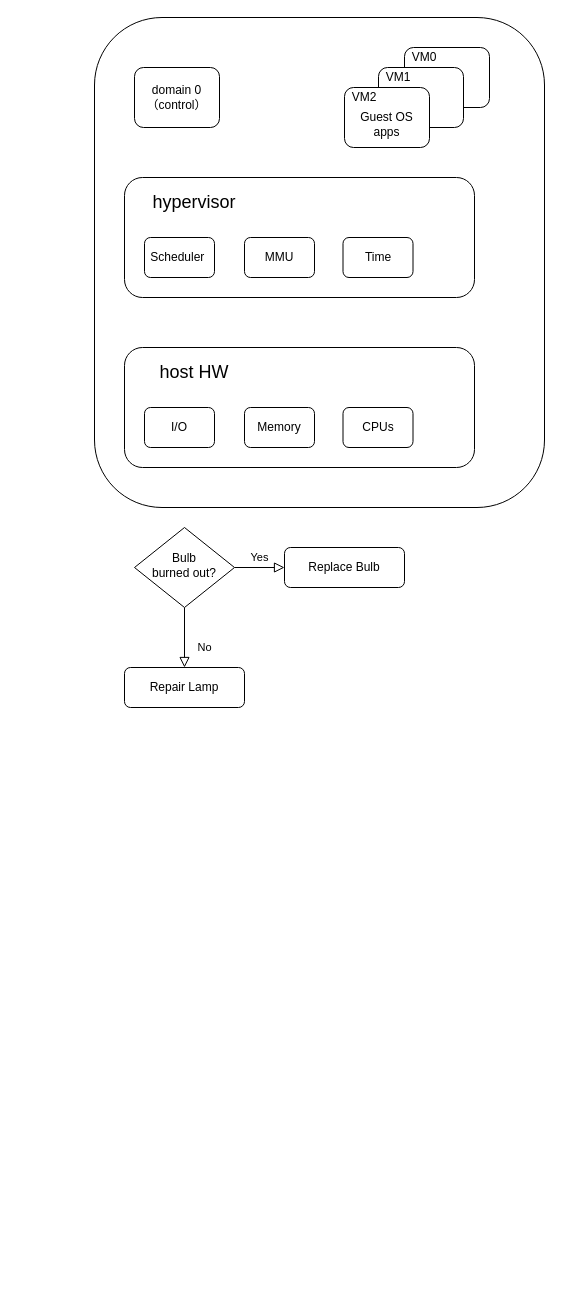
ErnestChen1/FlowChart keeps this draw.io diagram as Untitled Diagram.drawio. Above is the earlier version. Source tidied: cells renumbered, new cells numbered last; positions are measured from the earlier drawing's top-left corner, leaving out a move shared by most shapes. Both pictures are drawn from the tidied source at 100%, with x=0, y=0 at pixel (94, 17).
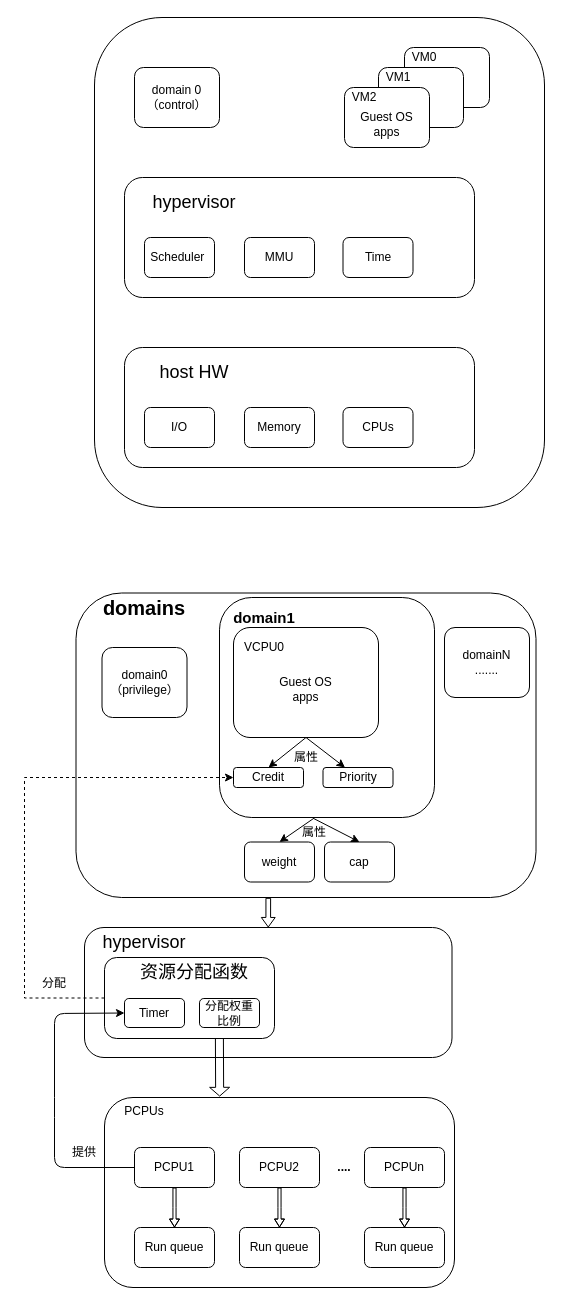
The same page after the edit.

What changed in the source:
```diff
@@
+    <mxCell id="27" style="rounded=1;whiteSpace=wrap;html=1;fontSize=12;glass=0;strokeWidth=1;shadow=0;" parent="1" vertex="1">
+      <mxGeometry x="-10" y="910" width="367.5" height="130" as="geometry" />
+    </mxCell>
+    <mxCell id="28" style="rounded=1;whiteSpace=wrap;html=1;fontSize=12;glass=0;strokeWidth=1;shadow=0;" parent="1" vertex="1">
+      <mxGeometry x="-18.5" y="575.5" width="460" height="304.5" as="geometry" />
+    </mxCell>
@@
-    <mxCell id="5" value="No" style="rounded=0;html=1;jettySize=auto;fontSize=11;endArrow=block;endFill=0;endSize=8;strokeWidth=1;shadow=0;labelBackgroundColor=none;edgeStyle=orthogonalEdgeStyle;" parent="1" edge="1" source="7" target="8">
-      <mxGeometry x="0.33" y="20" relative="1" as="geometry" />
-    </mxCell>
-    <mxCell id="6" value="Yes" style="edgeStyle=orthogonalEdgeStyle;rounded=0;html=1;jettySize=auto;fontSize=11;endArrow=block;endFill=0;endSize=8;strokeWidth=1;shadow=0;labelBackgroundColor=none;" parent="1" edge="1" source="7" target="9">
-      <mxGeometry y="10" relative="1" as="geometry" />
-    </mxCell>
-    <mxCell id="7" value="Bulb&lt;br&gt;burned out?" style="rhombus;whiteSpace=wrap;html=1;shadow=0;fontFamily=Helvetica;fontSize=12;align=center;strokeWidth=1;spacing=6;spacingTop=-4;" parent="1" vertex="1">
-      <mxGeometry x="40" y="510" width="100" height="80" as="geometry" />
-    </mxCell>
-    <mxCell id="8" value="Repair Lamp" style="rounded=1;whiteSpace=wrap;html=1;fontSize=12;glass=0;strokeWidth=1;shadow=0;" parent="1" vertex="1">
-      <mxGeometry x="30" y="650" width="120" height="40" as="geometry" />
-    </mxCell>
-    <mxCell id="9" value="Replace Bulb" style="rounded=1;whiteSpace=wrap;html=1;fontSize=12;glass=0;strokeWidth=1;shadow=0;" parent="1" vertex="1">
-      <mxGeometry x="190" y="530" width="120" height="40" as="geometry" />
-    </mxCell>
@@
+    <mxCell id="29" style="rounded=1;whiteSpace=wrap;html=1;fontSize=12;glass=0;strokeWidth=1;shadow=0;" parent="1" vertex="1">
+      <mxGeometry x="10" y="940" width="170" height="81" as="geometry" />
+    </mxCell>
+    <mxCell id="30" value="Timer" style="rounded=1;whiteSpace=wrap;html=1;fontSize=12;glass=0;strokeWidth=1;shadow=0;" parent="1" vertex="1">
+      <mxGeometry x="30" y="981" width="60" height="29" as="geometry" />
+    </mxCell>
+    <mxCell id="31" value="&lt;span style=&quot;font-size: 18px&quot;&gt;资源分配函数&lt;/span&gt;" style="rounded=1;whiteSpace=wrap;html=1;fillColor=none;strokeColor=none;" parent="1" vertex="1">
+      <mxGeometry x="35" y="940" width="130" height="30" as="geometry" />
+    </mxCell>
+    <mxCell id="32" style="rounded=1;whiteSpace=wrap;html=1;fontSize=12;glass=0;strokeWidth=1;shadow=0;" parent="1" vertex="1">
+      <mxGeometry x="10" y="1080" width="350" height="190" as="geometry" />
+    </mxCell>
+    <mxCell id="33" value="PCPUs" style="rounded=1;whiteSpace=wrap;html=1;fillColor=none;strokeColor=none;" parent="1" vertex="1">
+      <mxGeometry x="20" y="1079" width="60" height="30" as="geometry" />
+    </mxCell>
+    <mxCell id="34" value="PCPU1" style="rounded=1;whiteSpace=wrap;html=1;fontSize=12;glass=0;strokeWidth=1;shadow=0;" parent="1" vertex="1">
+      <mxGeometry x="40" y="1130" width="80" height="40" as="geometry" />
+    </mxCell>
+    <mxCell id="35" value="domain0&lt;br&gt;（privilege）" style="rounded=1;whiteSpace=wrap;html=1;fontSize=12;glass=0;strokeWidth=1;shadow=0;" parent="1" vertex="1">
+      <mxGeometry x="7.5" y="630" width="85" height="70" as="geometry" />
+    </mxCell>
+    <mxCell id="36" value="PCPU2" style="rounded=1;whiteSpace=wrap;html=1;fontSize=12;glass=0;strokeWidth=1;shadow=0;" parent="1" vertex="1">
+      <mxGeometry x="145" y="1130" width="80" height="40" as="geometry" />
+    </mxCell>
+    <mxCell id="37" value="PCPUn" style="rounded=1;whiteSpace=wrap;html=1;fontSize=12;glass=0;strokeWidth=1;shadow=0;" parent="1" vertex="1">
+      <mxGeometry x="270" y="1130" width="80" height="40" as="geometry" />
+    </mxCell>
+    <mxCell id="38" value="&lt;b&gt;....&lt;/b&gt;" style="text;html=1;strokeColor=none;fillColor=none;align=center;verticalAlign=middle;whiteSpace=wrap;rounded=0;" parent="1" vertex="1">
+      <mxGeometry x="230" y="1140" width="40" height="20" as="geometry" />
+    </mxCell>
+    <mxCell id="39" style="rounded=1;whiteSpace=wrap;html=1;fontSize=12;glass=0;strokeWidth=1;shadow=0;" parent="1" vertex="1">
+      <mxGeometry x="125" y="580" width="215" height="220" as="geometry" />
+    </mxCell>
+    <mxCell id="40" value="&lt;b style=&quot;font-size: 20px;&quot;&gt;domains&lt;/b&gt;" style="text;html=1;strokeColor=none;fillColor=none;align=center;verticalAlign=middle;whiteSpace=wrap;rounded=0;strokeWidth=2;fontSize=20;" parent="1" vertex="1">
+      <mxGeometry x="30" y="580" width="40" height="20" as="geometry" />
+    </mxCell>
+    <mxCell id="41" value="weight" style="rounded=1;whiteSpace=wrap;html=1;fontSize=12;glass=0;strokeWidth=1;shadow=0;" parent="1" vertex="1">
+      <mxGeometry x="150" y="824.5" width="70" height="40" as="geometry" />
+    </mxCell>
+    <mxCell id="42" value="cap" style="rounded=1;whiteSpace=wrap;html=1;fontSize=12;glass=0;strokeWidth=1;shadow=0;" parent="1" vertex="1">
+      <mxGeometry x="230" y="824.5" width="70" height="40" as="geometry" />
+    </mxCell>
+    <mxCell id="43" value="&lt;br&gt;Guest&amp;nbsp;OS&lt;br&gt;apps" style="rounded=1;whiteSpace=wrap;html=1;fontSize=12;glass=0;strokeWidth=1;shadow=0;" parent="1" vertex="1">
+      <mxGeometry x="139" y="610" width="145" height="110" as="geometry" />
+    </mxCell>
+    <mxCell id="44" value="&lt;b style=&quot;font-size: 15px&quot;&gt;domain1&lt;/b&gt;" style="text;html=1;strokeColor=none;fillColor=none;align=center;verticalAlign=middle;whiteSpace=wrap;rounded=0;strokeWidth=2;fontSize=15;" parent="1" vertex="1">
+      <mxGeometry x="150" y="590" width="40" height="20" as="geometry" />
+    </mxCell>
+    <mxCell id="45" value="VCPU0" style="text;html=1;strokeColor=none;fillColor=none;align=center;verticalAlign=middle;whiteSpace=wrap;rounded=0;" parent="1" vertex="1">
+      <mxGeometry x="150" y="620" width="40" height="20" as="geometry" />
+    </mxCell>
+    <mxCell id="46" value="Credit" style="rounded=1;whiteSpace=wrap;html=1;fontSize=12;glass=0;strokeWidth=1;shadow=0;" parent="1" vertex="1">
+      <mxGeometry x="139" y="750" width="70" height="20" as="geometry" />
+    </mxCell>
+    <mxCell id="47" value="Priority" style="rounded=1;whiteSpace=wrap;html=1;fontSize=12;glass=0;strokeWidth=1;shadow=0;" parent="1" vertex="1">
+      <mxGeometry x="228.5" y="750" width="70" height="20" as="geometry" />
+    </mxCell>
+    <mxCell id="48" value="属性" style="text;html=1;strokeColor=none;fillColor=none;align=center;verticalAlign=middle;whiteSpace=wrap;rounded=0;" parent="1" vertex="1">
+      <mxGeometry x="181.5" y="730" width="60" height="20" as="geometry" />
+    </mxCell>
+    <mxCell id="49" style="endArrow=classic;html=1;fontSize=20;entryX=0.5;entryY=0;entryDx=0;entryDy=0;exitX=0.435;exitY=1.003;exitDx=0;exitDy=0;exitPerimeter=0;" parent="1" edge="1" source="39" target="42">
+      <mxGeometry relative="1" as="geometry" />
+    </mxCell>
+    <mxCell id="50" style="endArrow=classic;html=1;fontSize=20;entryX=0.5;entryY=0;entryDx=0;entryDy=0;" parent="1" edge="1" target="41">
+      <mxGeometry relative="1" as="geometry">
+        <mxPoint x="219" y="801" as="sourcePoint" />
+      </mxGeometry>
+    </mxCell>
+    <mxCell id="51" style="endArrow=classic;html=1;fontSize=20;exitX=0.5;exitY=1;exitDx=0;exitDy=0;" parent="1" edge="1" source="43" target="47">
+      <mxGeometry relative="1" as="geometry" />
+    </mxCell>
+    <mxCell id="52" style="endArrow=classic;html=1;fontSize=20;entryX=0.5;entryY=0;entryDx=0;entryDy=0;exitX=0.5;exitY=1;exitDx=0;exitDy=0;" parent="1" edge="1" source="43" target="46">
+      <mxGeometry relative="1" as="geometry" />
+    </mxCell>
+    <mxCell id="53" value="属性" style="text;html=1;strokeColor=none;fillColor=none;align=center;verticalAlign=middle;whiteSpace=wrap;rounded=0;" parent="1" vertex="1">
+      <mxGeometry x="190" y="804.5" width="60" height="20" as="geometry" />
+    </mxCell>
+    <mxCell id="54" value="Run&amp;nbsp;queue" style="rounded=1;whiteSpace=wrap;html=1;fontSize=12;glass=0;strokeWidth=1;shadow=0;" parent="1" vertex="1">
+      <mxGeometry x="40" y="1210" width="80" height="40" as="geometry" />
+    </mxCell>
+    <mxCell id="55" style="shape=flexArrow;endArrow=classic;html=1;fontSize=15;exitX=0.5;exitY=1;exitDx=0;exitDy=0;endWidth=5.825242718446601;endSize=2.320388349514563;width=3.1067961165048543;" parent="1" edge="1" source="34" target="54">
+      <mxGeometry relative="1" as="geometry">
+        <Array as="points">
+          <mxPoint x="80" y="1190" />
+        </Array>
+      </mxGeometry>
+    </mxCell>
+    <mxCell id="56" value="Run&amp;nbsp;queue" style="rounded=1;whiteSpace=wrap;html=1;fontSize=12;glass=0;strokeWidth=1;shadow=0;" parent="1" vertex="1">
+      <mxGeometry x="145" y="1210" width="80" height="40" as="geometry" />
+    </mxCell>
+    <mxCell id="57" style="shape=flexArrow;endArrow=classic;html=1;fontSize=15;exitX=0.5;exitY=1;exitDx=0;exitDy=0;endWidth=5.825242718446601;endSize=2.320388349514563;width=3.1067961165048543;" parent="1" edge="1" target="56">
+      <mxGeometry relative="1" as="geometry">
+        <mxPoint x="185" y="1170" as="sourcePoint" />
+        <Array as="points">
+          <mxPoint x="185" y="1190" />
+        </Array>
+      </mxGeometry>
+    </mxCell>
+    <mxCell id="58" value="Run&amp;nbsp;queue" style="rounded=1;whiteSpace=wrap;html=1;fontSize=12;glass=0;strokeWidth=1;shadow=0;" parent="1" vertex="1">
+      <mxGeometry x="270" y="1210" width="80" height="40" as="geometry" />
+    </mxCell>
+    <mxCell id="59" style="shape=flexArrow;endArrow=classic;html=1;fontSize=15;exitX=0.5;exitY=1;exitDx=0;exitDy=0;endWidth=5.825242718446601;endSize=2.320388349514563;width=3.1067961165048543;" parent="1" edge="1" target="58">
+      <mxGeometry relative="1" as="geometry">
+        <mxPoint x="310" y="1170" as="sourcePoint" />
+        <Array as="points">
+          <mxPoint x="310" y="1190" />
+        </Array>
+      </mxGeometry>
+    </mxCell>
+    <mxCell id="60" style="endArrow=classic;html=1;fontSize=15;entryX=0;entryY=0.5;entryDx=0;entryDy=0;exitX=0;exitY=0.5;exitDx=0;exitDy=0;" parent="1" edge="1" source="34" target="30">
+      <mxGeometry relative="1" as="geometry">
+        <Array as="points">
+          <mxPoint x="-40" y="1150" />
+          <mxPoint x="-40" y="1090" />
+          <mxPoint x="-40" y="996" />
+        </Array>
+      </mxGeometry>
+    </mxCell>
+    <mxCell id="61" value="domainN&lt;br&gt;......." style="rounded=1;whiteSpace=wrap;html=1;fontSize=12;glass=0;strokeWidth=1;shadow=0;" parent="1" vertex="1">
+      <mxGeometry x="350" y="610" width="85" height="70" as="geometry" />
+    </mxCell>
+    <mxCell id="62" value="&lt;span&gt;&lt;font style=&quot;font-size: 18px&quot;&gt;hypervisor&lt;/font&gt;&lt;/span&gt;" style="rounded=1;whiteSpace=wrap;html=1;fillColor=none;strokeColor=none;" parent="1" vertex="1">
+      <mxGeometry y="910" width="100" height="30" as="geometry" />
+    </mxCell>
+    <mxCell id="63" style="edgeStyle=orthogonalEdgeStyle;rounded=0;jettySize=auto;html=1;exitX=0;exitY=0.5;exitDx=0;exitDy=0;fontSize=15;entryX=0;entryY=0.5;entryDx=0;entryDy=0;dashed=1;endArrow=classic;endFill=1;" parent="1" edge="1" source="29" target="46">
+      <mxGeometry relative="1" as="geometry">
+        <Array as="points">
+          <mxPoint x="-70" y="981" />
+          <mxPoint x="-70" y="760" />
+        </Array>
+      </mxGeometry>
+    </mxCell>
+    <mxCell id="64" value="分配" style="rounded=1;whiteSpace=wrap;html=1;fillColor=none;strokeColor=none;" parent="1" vertex="1">
+      <mxGeometry x="-70" y="951" width="60" height="30" as="geometry" />
+    </mxCell>
+    <mxCell id="65" value="提供" style="rounded=1;whiteSpace=wrap;html=1;fillColor=none;strokeColor=none;" parent="1" vertex="1">
+      <mxGeometry x="-40" y="1120" width="60" height="30" as="geometry" />
+    </mxCell>
+    <mxCell id="66" value="分配权重比例" style="rounded=1;whiteSpace=wrap;html=1;fontSize=12;glass=0;strokeWidth=1;shadow=0;" parent="1" vertex="1">
+      <mxGeometry x="105" y="981" width="60" height="29" as="geometry" />
+    </mxCell>
+    <mxCell id="67" style="edgeStyle=orthogonalEdgeStyle;rounded=0;orthogonalLoop=1;jettySize=auto;html=1;exitX=0.5;exitY=1;exitDx=0;exitDy=0;dashed=1;endArrow=classic;endFill=1;fontSize=15;" parent="1" edge="1" source="32" target="32">
+      <mxGeometry relative="1" as="geometry" />
+    </mxCell>
+    <mxCell id="68" style="edgeStyle=orthogonalEdgeStyle;rounded=0;orthogonalLoop=1;jettySize=auto;html=1;exitX=0.5;exitY=1;exitDx=0;exitDy=0;dashed=1;endArrow=classic;endFill=1;fontSize=15;" parent="1" edge="1" source="28" target="28">
+      <mxGeometry relative="1" as="geometry" />
+    </mxCell>
+    <mxCell id="69" style="endArrow=classic;html=1;fontSize=15;entryX=0.5;entryY=0;entryDx=0;entryDy=0;shape=flexArrow;endWidth=8.187919463087248;endSize=2.846511627906977;exitX=0.418;exitY=1.001;exitDx=0;exitDy=0;exitPerimeter=0;width=4.651162790697675;" parent="1" edge="1" source="28" target="27">
+      <mxGeometry relative="1" as="geometry" />
+    </mxCell>
+    <mxCell id="70" style="endArrow=classic;html=1;fontSize=15;entryX=0.329;entryY=-0.005;entryDx=0;entryDy=0;shape=flexArrow;endWidth=10.972222222222221;endSize=2.57;width=8;entryPerimeter=0;exitX=0.676;exitY=0.994;exitDx=0;exitDy=0;exitPerimeter=0;" parent="1" edge="1" source="29" target="32">
+      <mxGeometry relative="1" as="geometry" />
+    </mxCell>
```
